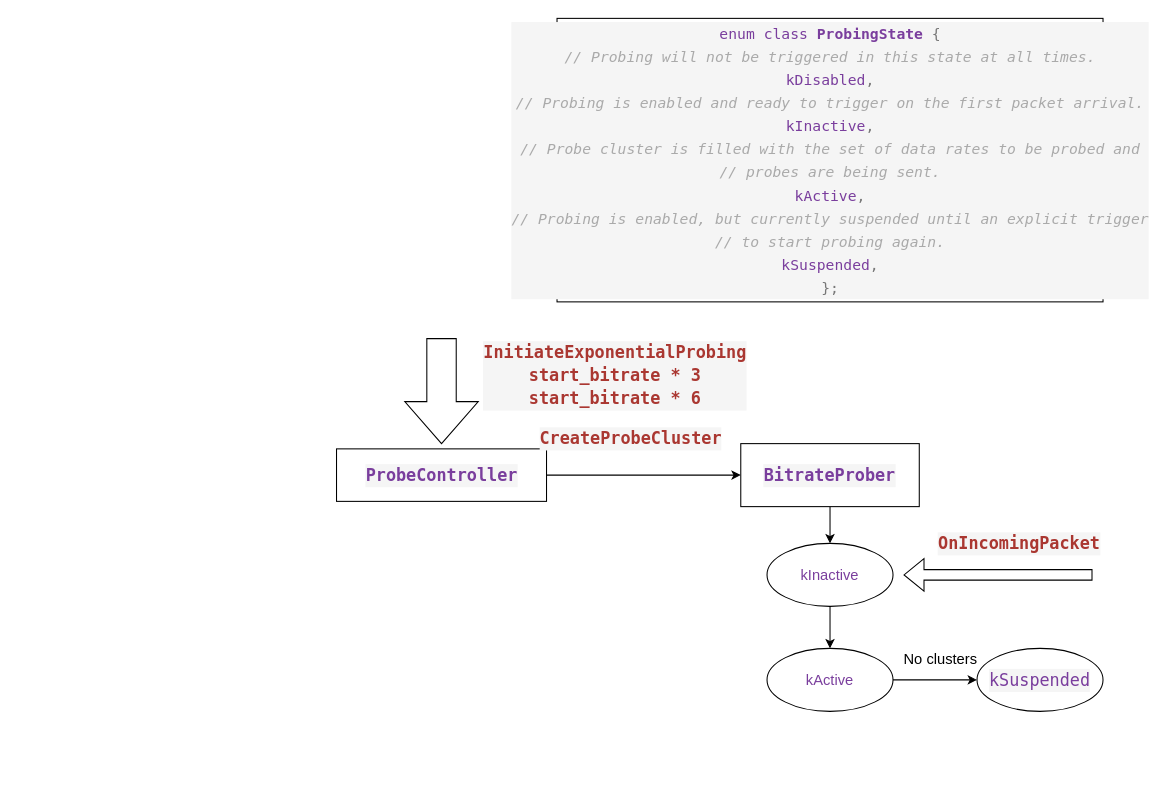
Before: page "probe" (4 of 4) of congestion.drawio in shcalm/repo_drawio, a draw.io diagram. Source tidied: cells renumbered, new cells numbered last; positions are measured from the earlier drawing's top-left corner, leaving out a move shared by most shapes. Both pictures are drawn from the tidied source at 105%, with x=0, y=0 at pixel (336, 18).
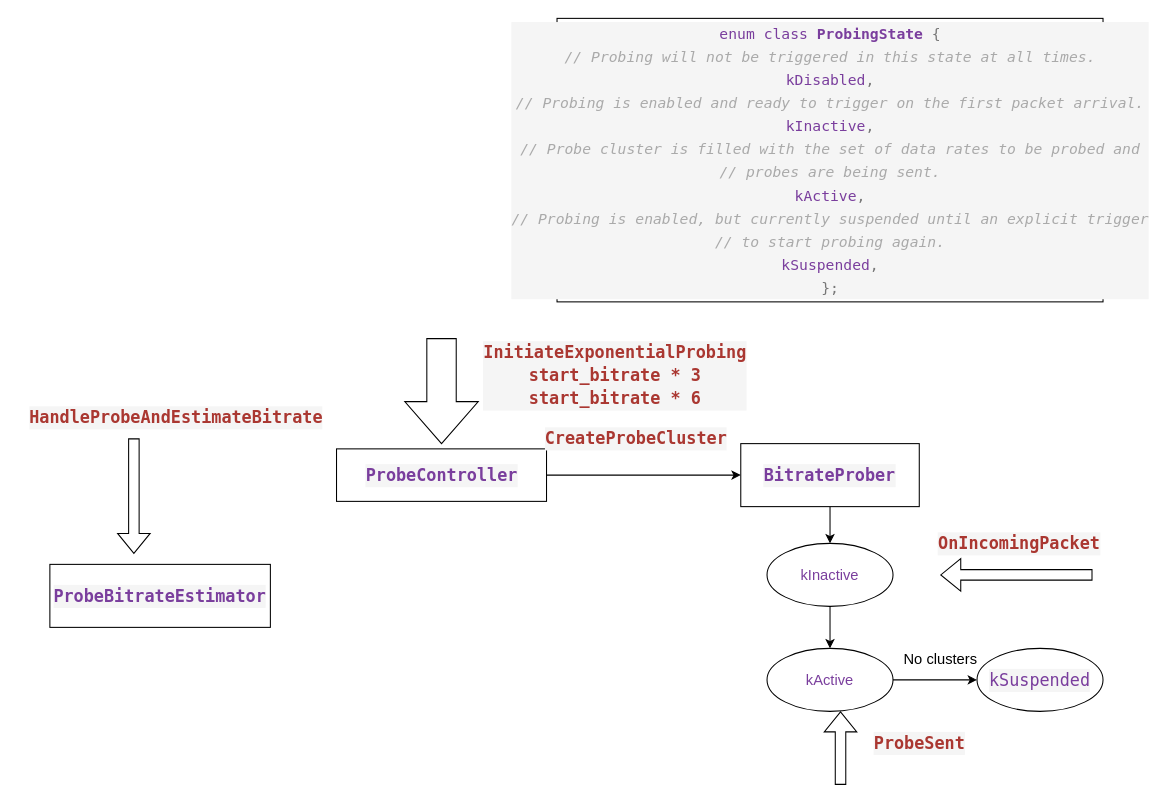
The same diagram, later.

What changed in the source:
```diff
@@
     <mxCell id="9" value="&lt;div style=&quot;color: rgb(51, 51, 51); background-color: rgb(245, 245, 245); font-family: &amp;quot;Droid Sans Mono&amp;quot;, &amp;quot;monospace&amp;quot;, monospace; font-weight: normal; font-size: 16px; line-height: 22px;&quot;&gt;&lt;div&gt;&lt;span style=&quot;color: #aa3731;font-weight: bold;&quot;&gt;CreateProbeCluster&lt;/span&gt;&lt;/div&gt;&lt;/div&gt;" style="text;html=1;align=center;verticalAlign=middle;strokeColor=none;fillColor=none;fontSize=14;" parent="1" vertex="1">
-      <mxGeometry x="180" y="380" width="200" height="40" as="geometry" />
+      <mxGeometry x="185" y="380" width="200" height="40" as="geometry" />
     </mxCell>
@@
     <mxCell id="12" style="shape=flexArrow;endArrow=classic;html=1;rounded=0;fontSize=14;" parent="1" edge="1">
       <mxGeometry relative="1" as="geometry">
         <mxPoint x="720" y="530" as="sourcePoint" />
-        <mxPoint x="540" y="530" as="targetPoint" />
+        <mxPoint x="575" y="530" as="targetPoint" />
       </mxGeometry>
     </mxCell>
@@
+    <mxCell id="18" style="shape=flexArrow;endArrow=classic;html=1;rounded=0;fontSize=14;" parent="1" edge="1">
+      <mxGeometry relative="1" as="geometry">
+        <mxPoint x="480" y="730" as="sourcePoint" />
+        <mxPoint x="480" y="660" as="targetPoint" />
+      </mxGeometry>
+    </mxCell>
+    <mxCell id="19" value="&lt;div style=&quot;color: rgb(51, 51, 51); background-color: rgb(245, 245, 245); font-family: &amp;quot;Droid Sans Mono&amp;quot;, &amp;quot;monospace&amp;quot;, monospace; font-weight: normal; font-size: 16px; line-height: 22px;&quot;&gt;&lt;div&gt;&lt;span style=&quot;color: #aa3731;font-weight: bold;&quot;&gt;ProbeSent&lt;/span&gt;&lt;/div&gt;&lt;/div&gt;" style="text;html=1;align=center;verticalAlign=middle;strokeColor=none;fillColor=none;fontSize=14;" parent="1" vertex="1">
+      <mxGeometry x="500" y="670" width="110" height="40" as="geometry" />
+    </mxCell>
+    <mxCell id="20" value="&lt;div style=&quot;color: rgb(51, 51, 51); background-color: rgb(245, 245, 245); font-family: &amp;quot;Droid Sans Mono&amp;quot;, &amp;quot;monospace&amp;quot;, monospace; font-weight: normal; font-size: 16px; line-height: 22px;&quot;&gt;&lt;div&gt;&lt;span style=&quot;color: #7a3e9d;font-weight: bold;&quot;&gt;ProbeBitrateEstimator&lt;/span&gt;&lt;/div&gt;&lt;/div&gt;" style="rounded=0;whiteSpace=wrap;html=1;fontSize=14;" parent="1" vertex="1">
+      <mxGeometry x="-273" y="520" width="210" height="60" as="geometry" />
+    </mxCell>
+    <mxCell id="21" style="shape=flexArrow;endArrow=classic;html=1;rounded=0;fontSize=14;" parent="1" edge="1">
+      <mxGeometry relative="1" as="geometry">
+        <mxPoint x="-193" y="400" as="sourcePoint" />
+        <mxPoint x="-193" y="510" as="targetPoint" />
+      </mxGeometry>
+    </mxCell>
+    <mxCell id="22" value="&lt;div style=&quot;color: rgb(51, 51, 51); background-color: rgb(245, 245, 245); font-family: &amp;quot;Droid Sans Mono&amp;quot;, &amp;quot;monospace&amp;quot;, monospace; font-weight: normal; font-size: 16px; line-height: 22px;&quot;&gt;&lt;div&gt;&lt;span style=&quot;color: #aa3731;font-weight: bold;&quot;&gt;HandleProbeAndEstimateBitrate&lt;/span&gt;&lt;/div&gt;&lt;/div&gt;" style="text;html=1;align=center;verticalAlign=middle;strokeColor=none;fillColor=none;fontSize=14;" parent="1" vertex="1">
+      <mxGeometry x="-303" y="360" width="300" height="40" as="geometry" />
+    </mxCell>
```
